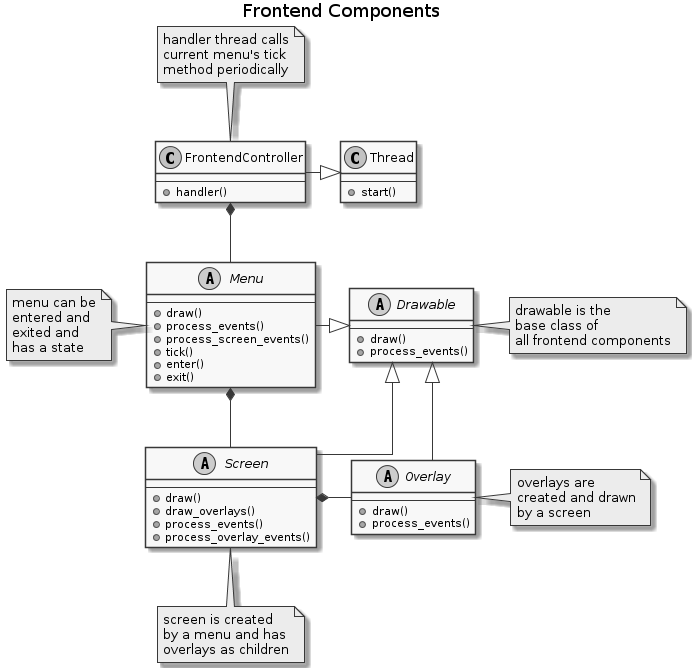
Above: img/gui_components.png in FerryTix/diagrams (PlantUML), before the change.
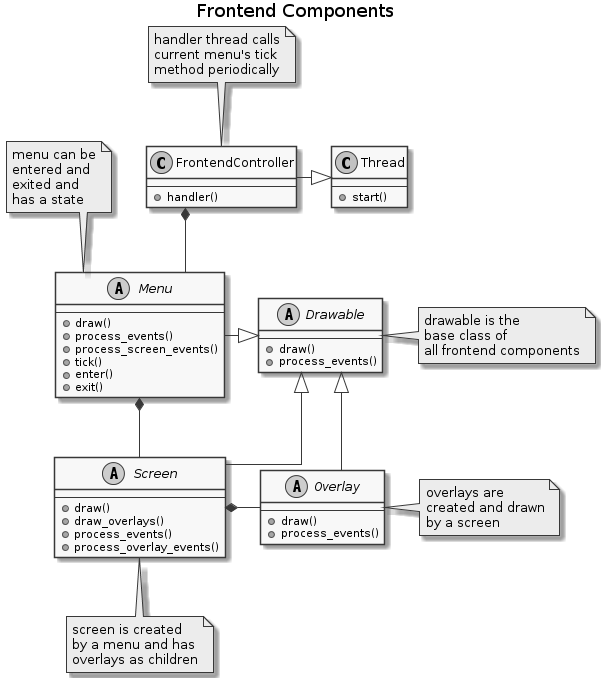
Later version of the same file.

Commit message:
rearrange notes

Change to the diagram source:
```diff
@@ -22,7 +22,7 @@
 }
 
 note top of FrontendController: handler thread calls\ncurrent menu's tick\nmethod periodically
-note left of Menu: menu can be\nentered and\nexited and\nhas a state
+note top of Menu: menu can be\nentered and\nexited and\nhas a state
 note bottom of Screen: screen is created\nby a menu and has\noverlays as children
 note right of Overlay: overlays are\ncreated and drawn\nby a screen
 note right of Drawable: drawable is the\nbase class of\nall frontend components
```
